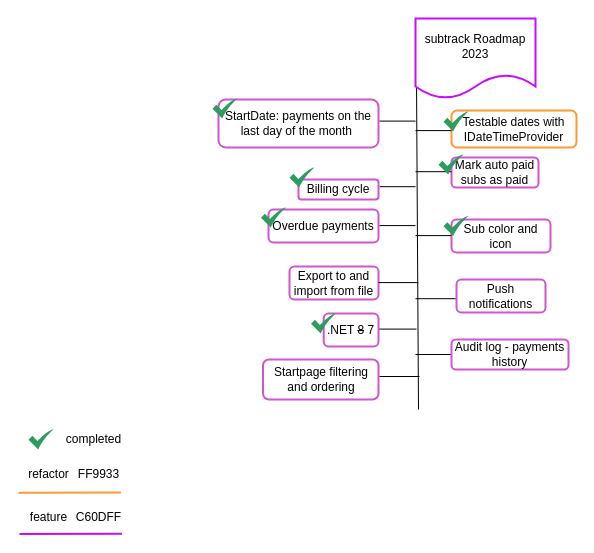
This is docs/roadmap.drawio from Code2Gether-Discord/subtrack, a draw.io file, before an edit. Source tidied: cells renumbered, new cells numbered last; positions are measured from the earlier drawing's top-left corner, leaving out a move shared by most shapes. Both pictures are drawn from the tidied source at 100%, with x=0, y=0 at pixel (18, 18).
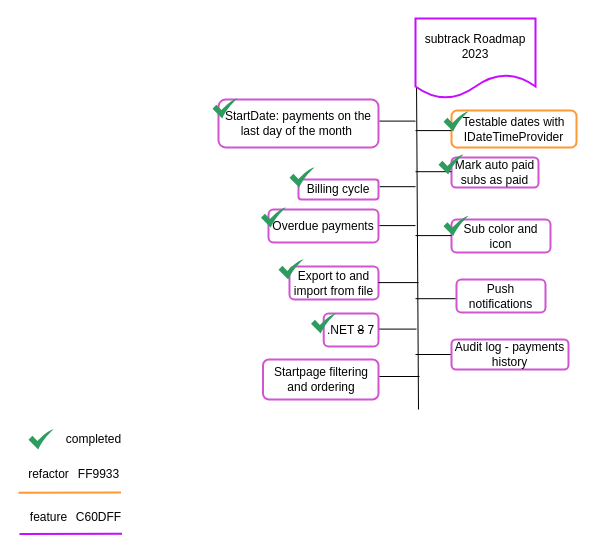
After the change.

The edit, as a diff of the source:
```diff
@@
+    <mxCell id="41" style="sketch=0;html=1;strokeColor=none;shadow=0;align=center;verticalAlign=top;fillColor=#2D9C5E;shape=mxgraph.gcp2.check;" parent="1" vertex="1">
+      <mxGeometry x="260" y="241" width="25" height="20" as="geometry" />
+    </mxCell>
```
